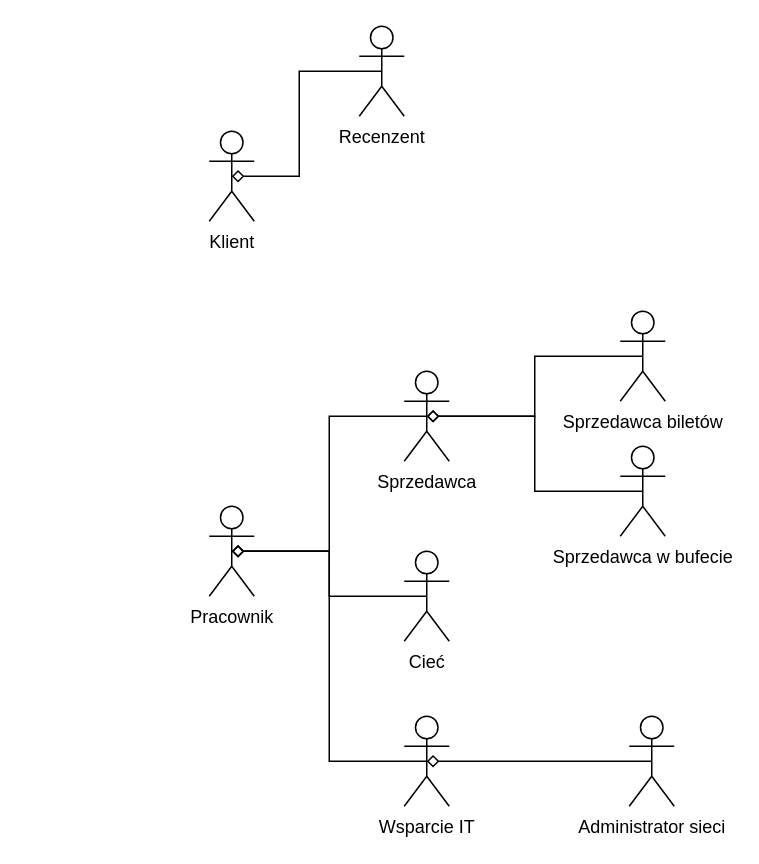
Before: Aktorzy.drawio in MateuszKochanski/IPR, a draw.io diagram. Source tidied: cells renumbered, new cells numbered last; positions are measured from the earlier drawing's top-left corner, leaving out a move shared by most shapes. Both pictures are drawn from the tidied source at 150%, with x=0, y=0 at pixel (208, 26).
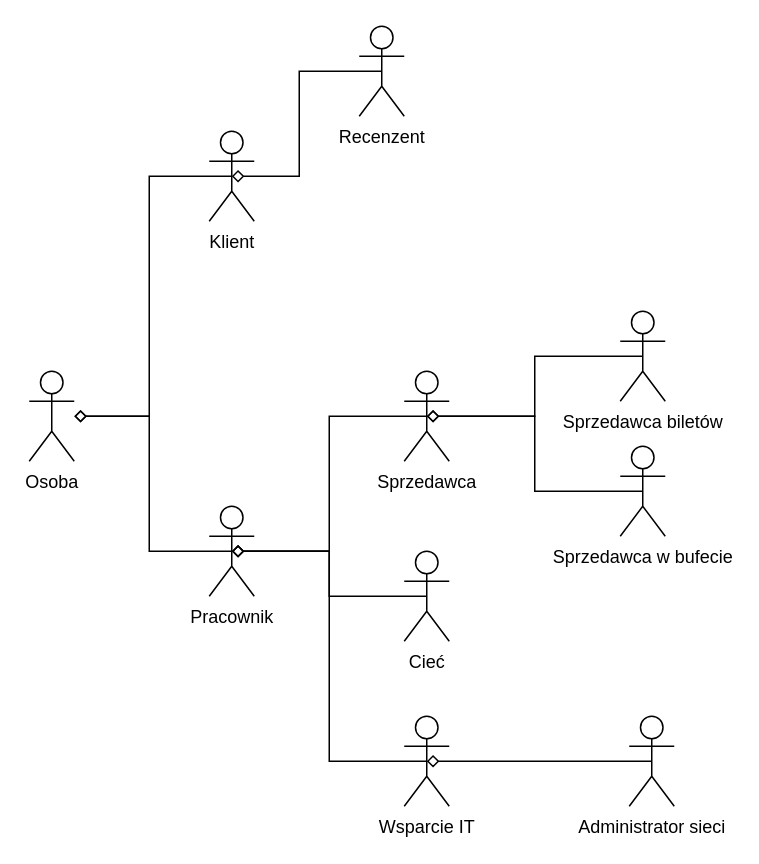
The same page after the edit.

Unchanged cells that the change refers to:
```xml
<mxCell id="3" value="Klient" style="shape=umlActor;verticalLabelPosition=bottom;verticalAlign=top;html=1;" parent="1" vertex="1">
  <mxGeometry y="70" width="30" height="60" as="geometry" />
</mxCell>
<mxCell id="8" value="Pracownik" style="shape=umlActor;verticalLabelPosition=bottom;verticalAlign=top;html=1;" parent="1" vertex="1">
  <mxGeometry y="320" width="30" height="60" as="geometry" />
</mxCell>
```

Change to the diagram source:
```diff
@@
+    <mxCell id="18" style="edgeStyle=orthogonalEdgeStyle;rounded=0;jettySize=auto;html=1;entryX=0.5;entryY=0.5;entryDx=0;entryDy=0;entryPerimeter=0;endArrow=none;endFill=0;startArrow=diamond;startFill=0;" parent="1" edge="1" source="20" target="8">
+      <mxGeometry relative="1" as="geometry">
+        <Array as="points">
+          <mxPoint x="-40" y="260" />
+          <mxPoint x="-40" y="350" />
+        </Array>
+      </mxGeometry>
+    </mxCell>
+    <mxCell id="19" style="edgeStyle=orthogonalEdgeStyle;rounded=0;jettySize=auto;html=1;entryX=0.5;entryY=0.5;entryDx=0;entryDy=0;entryPerimeter=0;endArrow=none;endFill=0;startArrow=diamond;startFill=0;" parent="1" edge="1" source="20" target="3">
+      <mxGeometry relative="1" as="geometry">
+        <Array as="points">
+          <mxPoint x="-40" y="260" />
+          <mxPoint x="-40" y="100" />
+        </Array>
+      </mxGeometry>
+    </mxCell>
+    <mxCell id="20" value="Osoba" style="shape=umlActor;verticalLabelPosition=bottom;verticalAlign=top;html=1;outlineConnect=0;" parent="1" vertex="1">
+      <mxGeometry x="-120" y="230" width="30" height="60" as="geometry" />
+    </mxCell>
```
